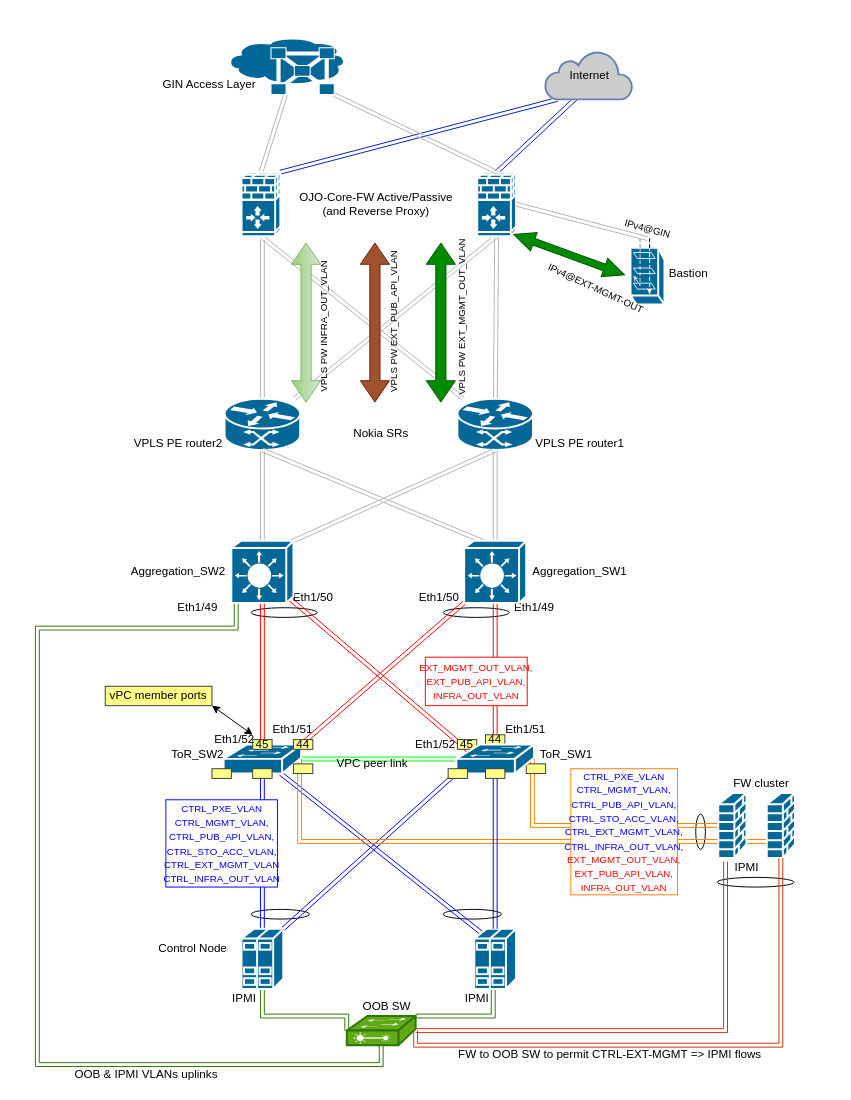
Before: LLD_OPC_OJO_PE_upstream_Proxies.drawio in bogdanadrian-burciu/diagrams-net, a draw.io diagram. Source tidied: cells renumbered, new cells numbered last; positions are measured from the earlier drawing's top-left corner, leaving out a move shared by most shapes. Both pictures are drawn from the tidied source at 97%, with x=0, y=0 at pixel (37, 36).
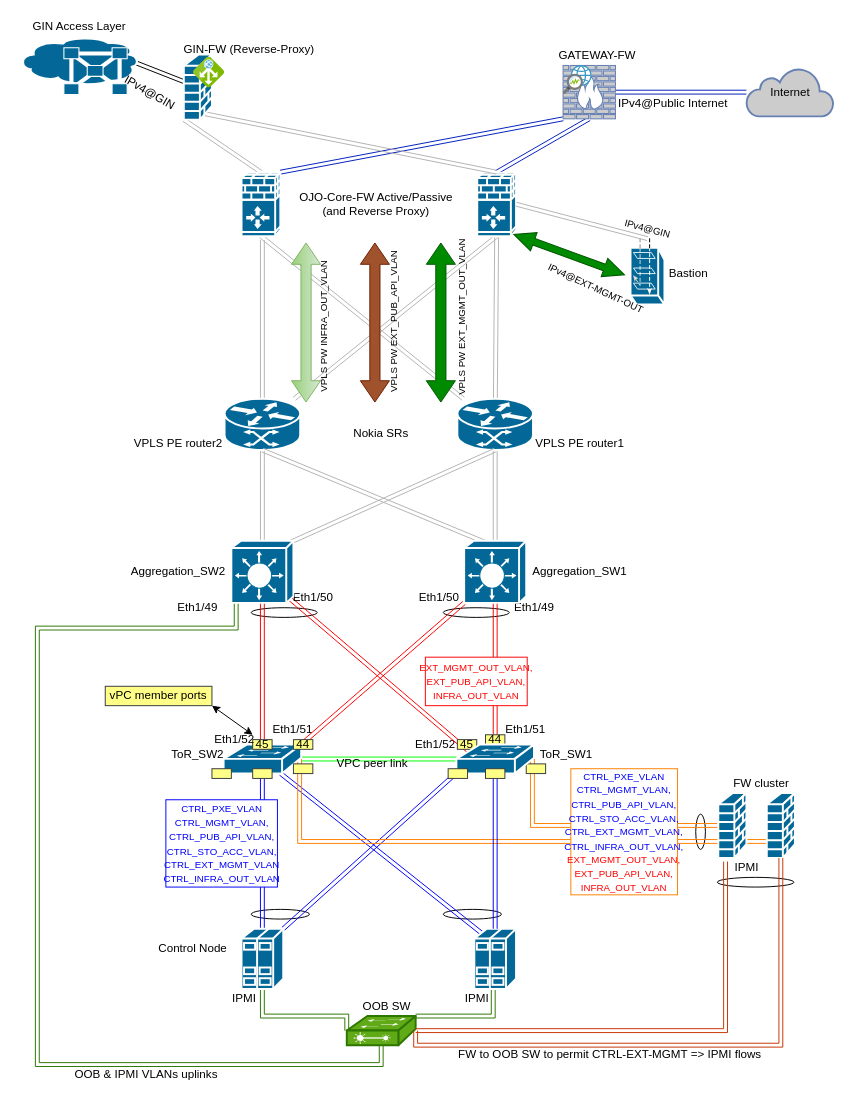
The same diagram, later.

Unchanged cells that the change refers to:
```xml
<mxCell id="87" style="shape=mxgraph.cisco.security.ios_firewall;html=1;dashed=0;fillColor=#036897;strokeColor=#ffffff;strokeWidth=2;verticalLabelPosition=bottom;verticalAlign=top;align=center;outlineConnect=0;" parent="1" vertex="1">
  <mxGeometry x="210.5" y="140" width="40" height="66" as="geometry" />
</mxCell>
<mxCell id="89" style="shape=mxgraph.cisco.security.ios_firewall;html=1;dashed=0;fillColor=#036897;strokeColor=#ffffff;strokeWidth=2;verticalLabelPosition=bottom;verticalAlign=top;align=center;outlineConnect=0;" parent="1" vertex="1">
  <mxGeometry x="453.5" y="140" width="40" height="66" as="geometry" />
</mxCell>
```

Change to the diagram source:
```diff
@@
-    <mxCell id="85" style="edgeStyle=none;shape=link;rounded=0;jettySize=auto;html=1;exitX=0.5;exitY=0;exitDx=0;exitDy=0;exitPerimeter=0;entryX=0.5;entryY=1;entryDx=0;entryDy=0;entryPerimeter=0;fontSize=10;fontColor=#E6E6E6;strokeColor=#B3B3B3;" parent="1" edge="1" source="87" target="99">
+    <mxCell id="85" style="edgeStyle=none;shape=link;rounded=0;jettySize=auto;html=1;exitX=0.5;exitY=0;exitDx=0;exitDy=0;exitPerimeter=0;entryX=0;entryY=1;entryDx=0;entryDy=0;entryPerimeter=0;fontSize=10;fontColor=#E6E6E6;strokeColor=#B3B3B3;" parent="1" edge="1" source="87" target="112">
       <mxGeometry relative="1" as="geometry" />
     </mxCell>
-    <mxCell id="86" style="edgeStyle=none;shape=link;rounded=0;jettySize=auto;html=1;exitX=1;exitY=0;exitDx=0;exitDy=0;exitPerimeter=0;entryX=0.14;entryY=1;entryDx=0;entryDy=0;entryPerimeter=0;strokeColor=#001DBC;fontSize=10;fontColor=#E6E6E6;fillColor=#0050ef;" parent="1" edge="1" source="87" target="101">
+    <mxCell id="86" style="edgeStyle=none;shape=link;rounded=0;jettySize=auto;html=1;exitX=1;exitY=0;exitDx=0;exitDy=0;exitPerimeter=0;entryX=0;entryY=1;entryDx=0;entryDy=0;entryPerimeter=0;strokeColor=#001DBC;fontSize=10;fontColor=#E6E6E6;fillColor=#0050ef;" parent="1" edge="1" source="87" target="111">
       <mxGeometry relative="1" as="geometry" />
     </mxCell>
@@
-    <mxCell id="88" style="edgeStyle=none;shape=link;rounded=0;jettySize=auto;html=1;exitX=0.5;exitY=0;exitDx=0;exitDy=0;exitPerimeter=0;strokeColor=#001DBC;fontSize=10;fontColor=#E6E6E6;fillColor=#0050ef;" parent="1" edge="1" source="89">
-      <mxGeometry relative="1" as="geometry">
-        <mxPoint x="570" y="50" as="targetPoint" />
-      </mxGeometry>
+    <mxCell id="88" style="edgeStyle=none;shape=link;rounded=0;jettySize=auto;html=1;exitX=0.5;exitY=0;exitDx=0;exitDy=0;exitPerimeter=0;strokeColor=#001DBC;fontSize=10;fontColor=#E6E6E6;fillColor=#0050ef;entryX=0.5;entryY=1;entryDx=0;entryDy=0;entryPerimeter=0;" parent="1" edge="1" source="89" target="111">
+      <mxGeometry relative="1" as="geometry" />
     </mxCell>
@@
+    <mxCell id="109" style="shape=link;rounded=0;jettySize=auto;html=1;exitX=0.98;exitY=0.46;exitDx=0;exitDy=0;exitPerimeter=0;" parent="1" edge="1" source="99" target="112">
+      <mxGeometry relative="1" as="geometry" />
+    </mxCell>
     <mxCell id="99" style="shape=mxgraph.cisco.security.gatekeeper;html=1;dashed=0;fillColor=#036897;strokeColor=#ffffff;strokeWidth=2;verticalLabelPosition=bottom;verticalAlign=top;align=center;outlineConnect=0;fontSize=10;fontColor=#E6E6E6;" parent="1" vertex="1">
-      <mxGeometry x="193.5" width="125" height="60" as="geometry" />
+      <mxGeometry x="-20" width="125" height="60" as="geometry" />
     </mxCell>
     <mxCell id="100" value="&lt;font color=&quot;#000000&quot; style=&quot;font-size: 12px&quot;&gt;GIN Access Layer&lt;/font&gt;" style="text;html=1;align=center;verticalAlign=middle;fontSize=10;fontColor=#E6E6E6;" parent="1" vertex="1">
-      <mxGeometry x="121.5" y="40" width="110" height="20" as="geometry" />
+      <mxGeometry x="-12.5" y="-20" width="110" height="20" as="geometry" />
     </mxCell>
     <mxCell id="101" value="&lt;font color=&quot;#000000&quot;&gt;Internet&lt;/font&gt;" style="html=1;outlineConnect=0;fillColor=#CCCCCC;strokeColor=#6881B3;gradientColor=none;gradientDirection=north;strokeWidth=2;shape=mxgraph.networks.cloud;fontColor=#ffffff;" parent="1" vertex="1">
-      <mxGeometry x="523.5" y="15" width="90" height="50" as="geometry" />
+      <mxGeometry x="731" y="32.5" width="90" height="50" as="geometry" />
     </mxCell>
-    <mxCell id="102" style="edgeStyle=none;shape=link;rounded=0;jettySize=auto;html=1;entryX=0.9;entryY=1;entryDx=0;entryDy=0;entryPerimeter=0;fontColor=#E6E6E6;exitX=0.5;exitY=0;exitDx=0;exitDy=0;exitPerimeter=0;strokeColor=#B3B3B3;" parent="1" edge="1" source="89" target="99">
+    <mxCell id="102" style="edgeStyle=none;shape=link;rounded=0;jettySize=auto;html=1;entryX=0.75;entryY=0.91;entryDx=0;entryDy=0;entryPerimeter=0;fontColor=#E6E6E6;exitX=0.5;exitY=0;exitDx=0;exitDy=0;exitPerimeter=0;strokeColor=#B3B3B3;" parent="1" edge="1" source="89" target="112">
       <mxGeometry relative="1" as="geometry" />
     </mxCell>
@@
+    <mxCell id="110" style="rounded=0;jettySize=auto;html=1;shape=link;fillColor=#0050ef;strokeColor=#001DBC;" parent="1" edge="1" source="111" target="101">
+      <mxGeometry relative="1" as="geometry" />
+    </mxCell>
+    <mxCell id="111" style="fontColor=#0066CC;verticalAlign=top;verticalLabelPosition=bottom;labelPosition=center;align=center;html=1;outlineConnect=0;fillColor=#CCCCCC;strokeColor=#6881B3;gradientColor=none;gradientDirection=north;strokeWidth=2;shape=mxgraph.networks.firewall;" parent="1" vertex="1">
+      <mxGeometry x="542" y="30" width="54" height="55" as="geometry" />
+    </mxCell>
+    <mxCell id="112" style="shape=mxgraph.cisco.security.firewall;html=1;dashed=0;fillColor=#036897;strokeColor=#ffffff;strokeWidth=2;verticalLabelPosition=bottom;verticalAlign=top;align=center;outlineConnect=0;" parent="1" vertex="1">
+      <mxGeometry x="151" y="18.8" width="29" height="67" as="geometry" />
+    </mxCell>
+    <mxCell id="113" style="html=1;align=center;image;fontSize=12;image=img/lib/mscae/Application_Gateway.svg;" parent="1" vertex="1">
+      <mxGeometry x="161" y="21.2" width="32" height="32" as="geometry" />
+    </mxCell>
+    <mxCell id="114" style="html=1;align=center;image;fontSize=12;image=img/lib/mscae/Network_watcher.svg;" parent="1" vertex="1">
+      <mxGeometry x="542" y="30" width="30" height="30" as="geometry" />
+    </mxCell>
+    <mxCell id="115" value="IPv4@GIN" style="text;html=1;align=center;verticalAlign=middle;rotation=30;" parent="1" vertex="1">
+      <mxGeometry x="81" y="47.5" width="70" height="20" as="geometry" />
+    </mxCell>
+    <mxCell id="116" value="IPv4@Public Internet" style="text;html=1;align=center;verticalAlign=middle;" parent="1" vertex="1">
+      <mxGeometry x="590" y="59" width="130" height="20" as="geometry" />
+    </mxCell>
+    <mxCell id="117" value="GATEWAY-FW" style="text;html=1;align=center;verticalAlign=middle;" parent="1" vertex="1">
+      <mxGeometry x="532" y="10" width="90" height="20" as="geometry" />
+    </mxCell>
+    <mxCell id="118" value="GIN-FW (Reverse-Proxy)" style="text;html=1;align=center;verticalAlign=middle;" parent="1" vertex="1">
+      <mxGeometry x="143" y="4.2" width="150" height="20" as="geometry" />
+    </mxCell>
```
